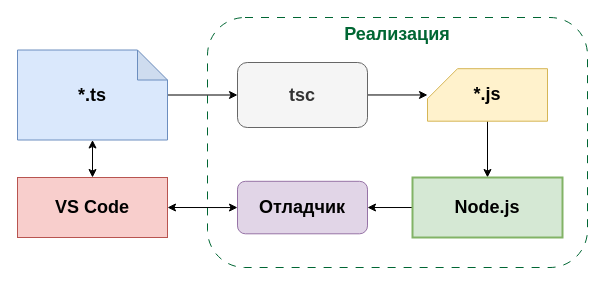
The draw.io diagram drawio/implementation_ts.drawio in alfertev2014/secon2025, before the edit. Source tidied: cells renumbered, new cells numbered last; positions are measured from the earlier drawing's top-left corner, leaving out a move shared by most shapes. Both pictures are drawn from the tidied source at 100%, with x=0, y=0 at pixel (17, 17).
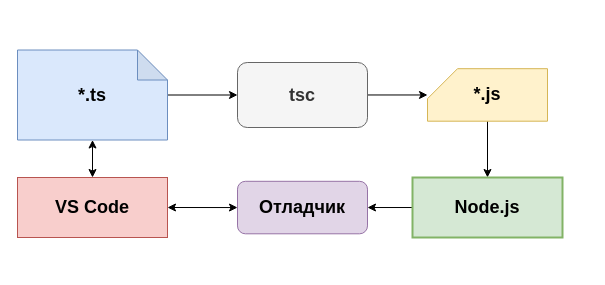
The same page after the edit.

Change to the diagram source:
```diff
@@
 <mxGraphModel>
   <root>
     <mxCell id="0" />
     <mxCell id="1" parent="0" />
-    <mxCell id="2" value="Реализация" style="rounded=1;whiteSpace=wrap;html=1;horizontal=1;verticalAlign=top;fontSize=18;fontStyle=1;fontColor=#006633;dashed=1;dashPattern=8 8;strokeColor=#006633;" parent="1" vertex="1">
-      <mxGeometry x="190" width="380" height="250" as="geometry" />
-    </mxCell>
     <mxCell id="3" value="VS Code" style="rounded=0;whiteSpace=wrap;html=1;fontSize=18;fontStyle=1;fillColor=#f8cecc;strokeColor=#b85450;" parent="1" vertex="1">
       <mxGeometry y="160" width="150" height="60" as="geometry" />
     </mxCell>
     <mxCell id="4" style="endArrow=classic;startArrow=classic;html=1;entryX=0.5;entryY=1;entryDx=0;entryDy=0;exitX=0.5;exitY=0;exitDx=0;exitDy=0;entryPerimeter=0;" parent="1" edge="1" source="3" target="8">
       <mxGeometry relative="1" as="geometry" />
     </mxCell>
     <mxCell id="5" style="edgeStyle=none;html=1;" parent="1" edge="1" source="6" target="10">
       <mxGeometry relative="1" as="geometry" />
     </mxCell>
     <mxCell id="6" value="tsc" style="rounded=1;whiteSpace=wrap;html=1;fontSize=18;fontStyle=1;fillColor=#f5f5f5;fontColor=#333333;strokeColor=#666666;" parent="1" vertex="1">
       <mxGeometry x="220" y="45" width="130" height="65" as="geometry" />
     </mxCell>
     <mxCell id="7" style="edgeStyle=none;html=1;" parent="1" edge="1" source="8" target="6">
       <mxGeometry relative="1" as="geometry" />
     </mxCell>
     <mxCell id="8" value="*.ts" style="shape=note;whiteSpace=wrap;html=1;backgroundOutline=1;darkOpacity=0.05;fillColor=#dae8fc;strokeColor=#6c8ebf;fontSize=18;fontStyle=1;" parent="1" vertex="1">
       <mxGeometry y="32.5" width="150" height="90" as="geometry" />
     </mxCell>
     <mxCell id="9" style="edgeStyle=none;html=1;" parent="1" edge="1" source="10" target="13">
       <mxGeometry relative="1" as="geometry" />
     </mxCell>
     <mxCell id="10" value="*.js" style="shape=card;whiteSpace=wrap;html=1;fontSize=18;fontStyle=1;fillColor=#fff2cc;strokeColor=#d6b656;" parent="1" vertex="1">
       <mxGeometry x="410" y="51.2" width="120" height="52.5" as="geometry" />
     </mxCell>
     <mxCell id="11" value="Отладчик" style="rounded=1;whiteSpace=wrap;html=1;fontSize=18;fontStyle=1;fillColor=#e1d5e7;strokeColor=#9673a6;" parent="1" vertex="1">
       <mxGeometry x="220" y="163.8" width="130" height="52.5" as="geometry" />
     </mxCell>
     <mxCell id="12" style="edgeStyle=none;html=1;" parent="1" edge="1" source="13" target="11">
       <mxGeometry relative="1" as="geometry" />
     </mxCell>
     <mxCell id="13" value="Node.js" style="rounded=0;whiteSpace=wrap;html=1;fontSize=18;fontStyle=1;fillColor=#d5e8d4;strokeColor=#82b366;strokeWidth=2;glass=0;shadow=0;" parent="1" vertex="1">
       <mxGeometry x="395" y="160" width="150" height="60" as="geometry" />
     </mxCell>
     <mxCell id="14" style="endArrow=classic;startArrow=classic;html=1;exitX=1;exitY=0.5;exitDx=0;exitDy=0;entryX=0;entryY=0.5;entryDx=0;entryDy=0;" parent="1" edge="1" source="3" target="11">
       <mxGeometry relative="1" as="geometry" />
     </mxCell>
   </root>
 </mxGraphModel>
```
